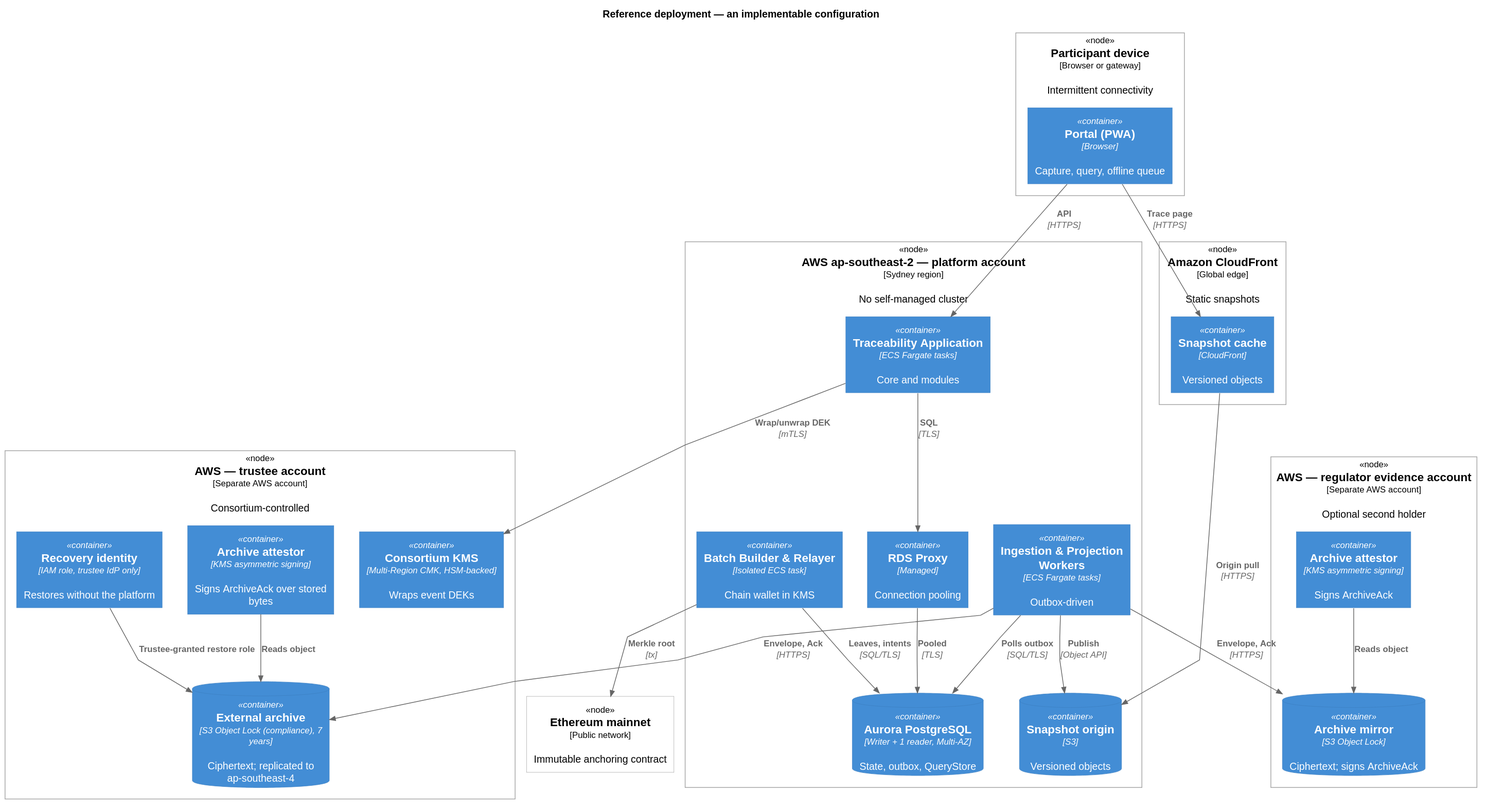
Above: docs/public/diagrams/c4-reference-deployment.svg in kuangshen04/48433assignment (PlantUML), before the change.
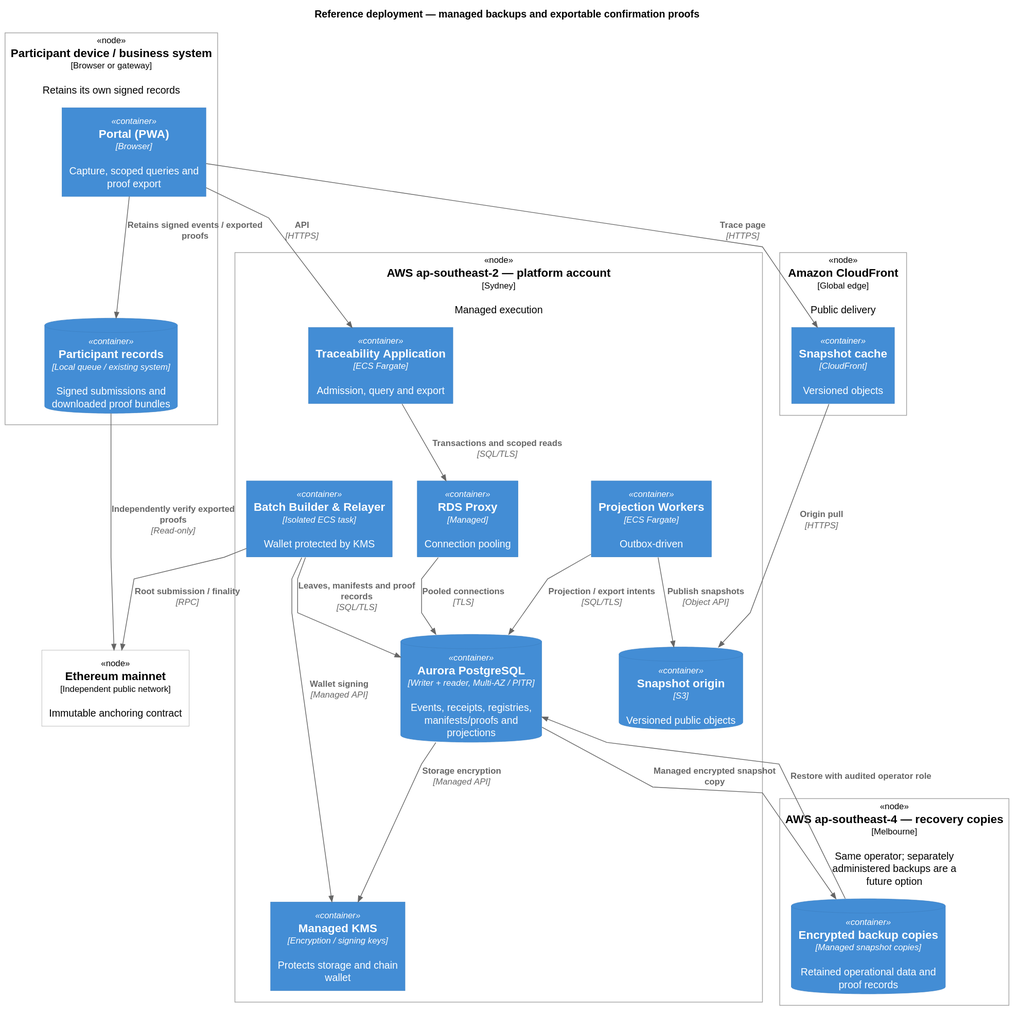
After the commit.

Change to the diagram source:
```diff
@@ -2,52 +2,41 @@
 !include ../vendor/C4_Deployment.puml
 !include ../vendor/style.puml
 
-title Reference deployment — an implementable configuration
+title Reference deployment — managed backups and exportable confirmation proofs
 
-Deployment_Node(device, "Participant device", "Browser or gateway", "Intermittent connectivity") {
-  Container(pwa, "Portal (PWA)", "Browser", "Capture, query, offline queue")
+Deployment_Node(device, "Participant device / business system", "Browser or gateway", "Retains its own signed records") {
+  Container(pwa, "Portal (PWA)", "Browser", "Capture, scoped queries and proof export")
+  ContainerDb(local, "Participant records", "Local queue / existing system", "Signed submissions and downloaded proof bundles")
 }
-
-Deployment_Node(edge, "Amazon CloudFront", "Global edge", "Static snapshots") {
+Deployment_Node(edge, "Amazon CloudFront", "Global edge", "Public delivery") {
   Container(cdn, "Snapshot cache", "CloudFront", "Versioned objects")
 }
-
-Deployment_Node(region, "AWS ap-southeast-2 — platform account", "Sydney region", "No self-managed cluster") {
-  Container(app, "Traceability Application", "ECS Fargate tasks", "Core and modules")
-  Container(workers, "Ingestion & Projection Workers", "ECS Fargate tasks", "Outbox-driven")
-  Container(relayer, "Batch Builder & Relayer", "Isolated ECS task", "Chain wallet in KMS")
-  ContainerDb(db, "Aurora PostgreSQL", "Writer + 1 reader, Multi-AZ", "State, outbox, QueryStore")
-  ContainerDb(s3, "Snapshot origin", "S3", "Versioned objects")
+Deployment_Node(region, "AWS ap-southeast-2 — platform account", "Sydney", "Managed execution") {
+  Container(app, "Traceability Application", "ECS Fargate", "Admission, query and export")
+  Container(workers, "Projection Workers", "ECS Fargate", "Outbox-driven")
+  Container(relayer, "Batch Builder & Relayer", "Isolated ECS task", "Wallet protected by KMS")
+  ContainerDb(db, "Aurora PostgreSQL", "Writer + reader, Multi-AZ / PITR", "Events, receipts, registries, manifests/proofs and projections")
   Container(proxy, "RDS Proxy", "Managed", "Connection pooling")
+  ContainerDb(s3, "Snapshot origin", "S3", "Versioned public objects")
+  Container(kms, "Managed KMS", "Encryption / signing keys", "Protects storage and chain wallet")
 }
-
-Deployment_Node(trustee, "AWS — trustee account", "Separate AWS account", "Consortium-controlled") {
-  ContainerDb(archive, "External archive", "S3 Object Lock (compliance), 7 years", "Ciphertext; replicated to ap-southeast-4")
-  Container(kms, "Consortium KMS", "Multi-Region CMK, HSM-backed", "Wraps event DEKs")
-  Container(attestor, "Archive attestor", "KMS asymmetric signing", "Signs ArchiveAck over stored bytes")
-  Container(recovery, "Recovery identity", "IAM role, trustee IdP only", "Restores without the platform")
+Deployment_Node(dr, "AWS ap-southeast-4 — recovery copies", "Melbourne", "Same operator; separately administered backups are a future option") {
+  ContainerDb(backup, "Encrypted backup copies", "Managed snapshot copies", "Retained operational data and proof records")
 }
-
-Deployment_Node(regarch, "AWS — regulator evidence account", "Separate AWS account", "Optional second holder") {
-  ContainerDb(regmirror, "Archive mirror", "S3 Object Lock", "Ciphertext; signs ArchiveAck")
-  Container(regattestor, "Archive attestor", "KMS asymmetric signing", "Signs ArchiveAck")
-}
-
-Deployment_Node(chainNet, "Ethereum mainnet", "Public network", "Immutable anchoring contract")
-
+Deployment_Node(chainNet, "Ethereum mainnet", "Independent public network", "Immutable anchoring contract")
+Rel(pwa, local, "Retains signed events / exported proofs")
 Rel(pwa, app, "API", "HTTPS")
-Rel(app, proxy, "SQL", "TLS")
-Rel(proxy, db, "Pooled", "TLS")
-Rel(workers, db, "Polls outbox", "SQL/TLS")
-Rel(app, kms, "Wrap/unwrap DEK", "mTLS")
-Rel(workers, archive, "Envelope, Ack", "HTTPS")
-Rel(workers, regmirror, "Envelope, Ack", "HTTPS")
-Rel(attestor, archive, "Reads object")
-Rel(regattestor, regmirror, "Reads object")
-Rel(workers, s3, "Publish", "Object API")
+Rel(app, proxy, "Transactions and scoped reads", "SQL/TLS")
+Rel(proxy, db, "Pooled connections", "TLS")
+Rel(workers, db, "Projection / export intents", "SQL/TLS")
+Rel(workers, s3, "Publish snapshots", "Object API")
 Rel(cdn, s3, "Origin pull", "HTTPS")
 Rel(pwa, cdn, "Trace page", "HTTPS")
-Rel(relayer, db, "Leaves, intents", "SQL/TLS")
-Rel(relayer, chainNet, "Merkle root", "tx")
-Rel(recovery, archive, "Trustee-granted restore role")
+Rel(relayer, db, "Leaves, manifests and proof records", "SQL/TLS")
+Rel(relayer, chainNet, "Root submission / finality", "RPC")
+Rel(relayer, kms, "Wallet signing", "Managed API")
+Rel(db, kms, "Storage encryption", "Managed API")
+Rel(db, backup, "Managed encrypted snapshot copy")
+Rel(backup, db, "Restore with audited operator role")
+Rel(local, chainNet, "Independently verify exported proofs", "Read-only")
 @enduml
```
